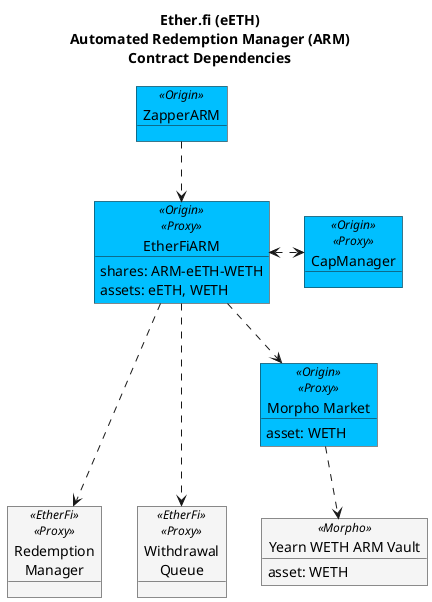
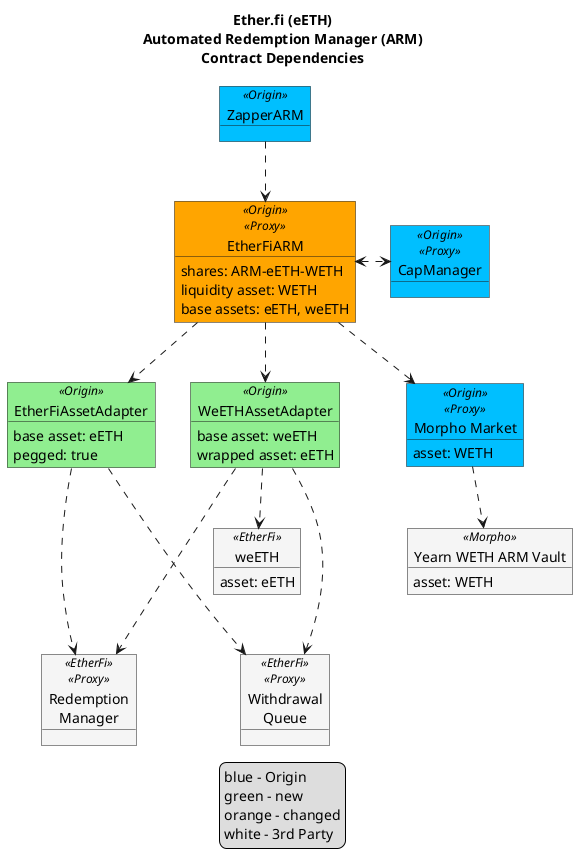
@startuml

!$originColor = DeepSkyBlue
' !$originColor = WhiteSmoke
!$newColor = LightGreen
!$changedColor = Orange
!$thirdPartyColor = WhiteSmoke

- ' legend
- ' blue - Origin
- ' ' green - new
- ' ' orange - changed
- ' white - 3rd Party
- ' end legend
+ legend
+ blue - Origin
+ green - new
+ orange - changed
+ white - 3rd Party
+ end legend

title "Ether.fi (eETH)\nAutomated Redemption Manager (ARM)\nContract Dependencies"


object "ZapperARM" as zap <<Origin>> #$originColor {
}

- object "EtherFiARM" as arm <<Origin>><<Proxy>> #$originColor {
+ object "EtherFiARM" as arm <<Origin>><<Proxy>> #$changedColor {
    shares: ARM-eETH-WETH
-     assets: eETH, WETH
+     liquidity asset: WETH
+     base assets: eETH, weETH
+ }
+ 
+ object "EtherFiAssetAdapter" as eethAdapter <<Origin>> #$newColor {
+     base asset: eETH
+     pegged: true
+ }
+ 
+ object "WeETHAssetAdapter" as weethAdapter <<Origin>> #$newColor {
+     base asset: weETH
+     wrapped asset: eETH
+ }
+ 
+ object "weETH" as weeth <<EtherFi>> #$thirdPartyColor {
+     asset: eETH
}

object "CapManager" as capMan <<Origin>><<Proxy>> #$originColor {
}

object "Redemption\nManager" as rm <<EtherFi>><<Proxy>> #$thirdPartyColor {
}

object "Withdrawal\nQueue" as wq <<EtherFi>><<Proxy>> #$thirdPartyColor {
}

object "Morpho Market" as morphoMarket <<Origin>><<Proxy>> #$originColor {
    asset: WETH
}

object "Yearn WETH ARM Vault" as morpho <<Morpho>> #$thirdPartyColor {
    asset: WETH
}

zap ..> arm
arm <.> capMan
- arm ...> rm
- arm ...> wq
+ arm ..> eethAdapter
+ arm ..> weethAdapter
+ eethAdapter ...> rm
+ eethAdapter ...> wq
+ weethAdapter ..> weeth
+ weethAdapter ...> rm
+ weethAdapter ...> wq
arm ..> morphoMarket
morphoMarket ..> morpho

- @enduml+ @enduml
